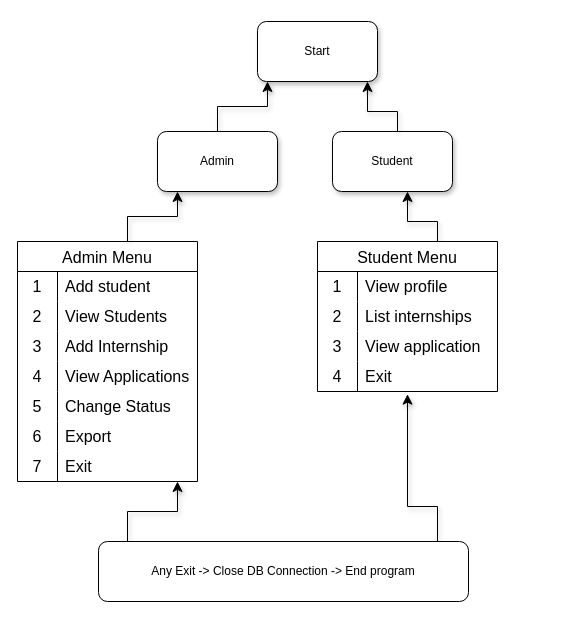
Before: structure.drawio in n-elie7/alu-higher_level_programming, a draw.io diagram. Source tidied: cells renumbered, new cells numbered last; positions are measured from the earlier drawing's top-left corner, leaving out a move shared by most shapes. Both pictures are drawn from the tidied source at 100%, with x=0, y=0 at pixel (17, 21).
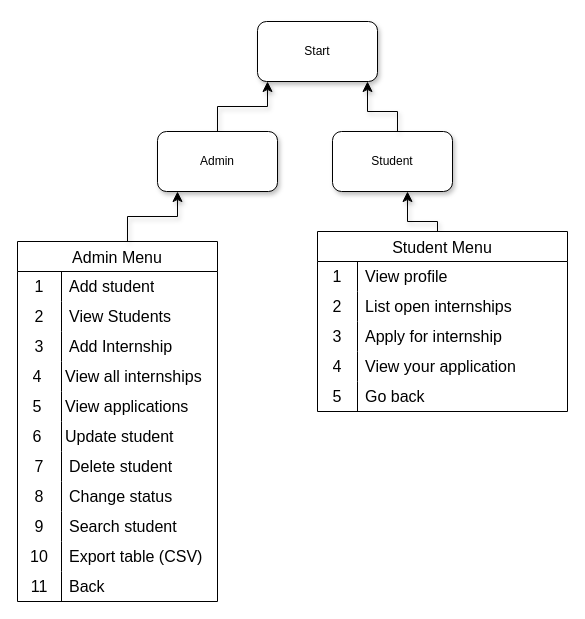
Above is the later version.

The change refers to these unchanged cells:
```xml
<mxCell id="34" style="shape=tableRow;horizontal=0;startSize=0;swimlaneHead=0;swimlaneBody=0;top=0;left=0;bottom=0;right=0;fillColor=none;strokeColor=inherit;fontSize=16;" parent="1" vertex="1">
  <mxGeometry y="370" width="180" height="30" as="geometry" />
</mxCell>
<mxCell id="37" style="shape=tableRow;horizontal=0;startSize=0;swimlaneHead=0;swimlaneBody=0;top=0;left=0;bottom=0;right=0;fillColor=none;strokeColor=inherit;fontSize=16;" parent="1" vertex="1">
  <mxGeometry y="400" width="180" height="30" as="geometry" />
</mxCell>
```

What changed in the source:
```diff
@@
     <mxCell id="7" value="Admin Menu" style="shape=table;startSize=30;childLayout=tableLayout;rowLines=0;fontStyle=0;strokeColor=default;fontSize=16;" parent="1" vertex="1">
-      <mxGeometry y="220" width="180" height="240" as="geometry" />
+      <mxGeometry y="220" width="200" height="360" as="geometry" />
     </mxCell>
     <mxCell id="8" style="shape=tableRow;horizontal=0;startSize=0;swimlaneHead=0;swimlaneBody=0;top=0;left=0;bottom=0;right=0;fillColor=none;strokeColor=inherit;fontSize=16;" parent="7" vertex="1">
-      <mxGeometry y="30" width="180" height="30" as="geometry" />
+      <mxGeometry y="30" width="200" height="30" as="geometry" />
     </mxCell>
     <mxCell id="9" value="1" style="shape=partialRectangle;html=1;whiteSpace=wrap;fillColor=none;top=0;left=0;bottom=0;right=0;overflow=hidden;strokeColor=inherit;fontSize=16;" parent="8" vertex="1">
-      <mxGeometry width="40" height="30" as="geometry" />
+      <mxGeometry width="44" height="30" as="geometry" />
     </mxCell>
     <mxCell id="10" value="Add student" style="shape=partialRectangle;html=1;whiteSpace=wrap;fillColor=none;top=0;left=0;bottom=0;right=0;align=left;spacingLeft=6;overflow=hidden;strokeColor=inherit;fontSize=16;" parent="8" vertex="1">
-      <mxGeometry x="40" width="140" height="30" as="geometry" />
+      <mxGeometry x="44" width="156" height="30" as="geometry" />
     </mxCell>
     <mxCell id="11" style="shape=tableRow;horizontal=0;startSize=0;swimlaneHead=0;swimlaneBody=0;top=0;left=0;bottom=0;right=0;fillColor=none;strokeColor=inherit;fontSize=16;" parent="7" vertex="1">
-      <mxGeometry y="60" width="180" height="30" as="geometry" />
+      <mxGeometry y="60" width="200" height="30" as="geometry" />
     </mxCell>
     <mxCell id="12" value="2" style="shape=partialRectangle;html=1;whiteSpace=wrap;fillColor=none;top=0;left=0;bottom=0;right=0;overflow=hidden;strokeColor=inherit;fontSize=16;" parent="11" vertex="1">
-      <mxGeometry width="40" height="30" as="geometry" />
+      <mxGeometry width="44" height="30" as="geometry" />
     </mxCell>
     <mxCell id="13" value="View Students" style="shape=partialRectangle;html=1;whiteSpace=wrap;fillColor=none;top=0;left=0;bottom=0;right=0;align=left;spacingLeft=6;overflow=hidden;strokeColor=inherit;fontSize=16;" parent="11" vertex="1">
-      <mxGeometry x="40" width="140" height="30" as="geometry" />
+      <mxGeometry x="44" width="156" height="30" as="geometry" />
     </mxCell>
     <mxCell id="14" style="shape=tableRow;horizontal=0;startSize=0;swimlaneHead=0;swimlaneBody=0;top=0;left=0;bottom=0;right=0;fillColor=none;strokeColor=inherit;fontSize=16;" parent="7" vertex="1">
-      <mxGeometry y="90" width="180" height="30" as="geometry" />
+      <mxGeometry y="90" width="200" height="30" as="geometry" />
     </mxCell>
     <mxCell id="15" value="3" style="shape=partialRectangle;html=1;whiteSpace=wrap;fillColor=none;top=0;left=0;bottom=0;right=0;overflow=hidden;strokeColor=inherit;fontSize=16;" parent="14" vertex="1">
-      <mxGeometry width="40" height="30" as="geometry" />
+      <mxGeometry width="44" height="30" as="geometry" />
     </mxCell>
     <mxCell id="16" value="Add Internship" style="shape=partialRectangle;html=1;whiteSpace=wrap;fillColor=none;top=0;left=0;bottom=0;right=0;align=left;spacingLeft=6;overflow=hidden;strokeColor=inherit;fontSize=16;" parent="14" vertex="1">
-      <mxGeometry x="40" width="140" height="30" as="geometry" />
+      <mxGeometry x="44" width="156" height="30" as="geometry" />
     </mxCell>
     <mxCell id="17" style="shape=tableRow;horizontal=0;startSize=0;swimlaneHead=0;swimlaneBody=0;top=0;left=0;bottom=0;right=0;fillColor=none;strokeColor=inherit;fontSize=16;" parent="7" vertex="1">
-      <mxGeometry y="120" width="180" height="30" as="geometry" />
+      <mxGeometry y="120" width="200" height="30" as="geometry" />
     </mxCell>
     <mxCell id="18" style="shape=partialRectangle;html=1;whiteSpace=wrap;fillColor=none;top=0;left=0;bottom=0;right=0;overflow=hidden;strokeColor=inherit;fontSize=16;" parent="17" vertex="1">
-      <mxGeometry width="40" height="30" as="geometry" />
+      <mxGeometry width="44" height="30" as="geometry" />
     </mxCell>
     <mxCell id="19" style="shape=partialRectangle;html=1;whiteSpace=wrap;fillColor=none;top=0;left=0;bottom=0;right=0;align=left;spacingLeft=6;overflow=hidden;strokeColor=inherit;fontSize=16;" parent="17" vertex="1">
-      <mxGeometry x="40" width="140" height="30" as="geometry" />
+      <mxGeometry x="44" width="156" height="30" as="geometry" />
     </mxCell>
     <mxCell id="20" style="shape=tableRow;horizontal=0;startSize=0;swimlaneHead=0;swimlaneBody=0;top=0;left=0;bottom=0;right=0;fillColor=none;strokeColor=inherit;fontSize=16;" parent="7" vertex="1">
-      <mxGeometry y="150" width="180" height="30" as="geometry" />
+      <mxGeometry y="150" width="200" height="30" as="geometry" />
     </mxCell>
     <mxCell id="21" style="shape=partialRectangle;html=1;whiteSpace=wrap;fillColor=none;top=0;left=0;bottom=0;right=0;overflow=hidden;strokeColor=inherit;fontSize=16;" parent="20" vertex="1">
-      <mxGeometry width="40" height="30" as="geometry" />
+      <mxGeometry width="44" height="30" as="geometry" />
     </mxCell>
     <mxCell id="22" style="shape=partialRectangle;html=1;whiteSpace=wrap;fillColor=none;top=0;left=0;bottom=0;right=0;align=left;spacingLeft=6;overflow=hidden;strokeColor=inherit;fontSize=16;" parent="20" vertex="1">
-      <mxGeometry x="40" width="140" height="30" as="geometry" />
+      <mxGeometry x="44" width="156" height="30" as="geometry" />
     </mxCell>
     <mxCell id="23" style="shape=tableRow;horizontal=0;startSize=0;swimlaneHead=0;swimlaneBody=0;top=0;left=0;bottom=0;right=0;fillColor=none;strokeColor=inherit;fontSize=16;" parent="7" vertex="1">
-      <mxGeometry y="180" width="180" height="30" as="geometry" />
+      <mxGeometry y="180" width="200" height="30" as="geometry" />
     </mxCell>
     <mxCell id="24" style="shape=partialRectangle;html=1;whiteSpace=wrap;fillColor=none;top=0;left=0;bottom=0;right=0;overflow=hidden;strokeColor=inherit;fontSize=16;" parent="23" vertex="1">
-      <mxGeometry width="40" height="30" as="geometry" />
+      <mxGeometry width="44" height="30" as="geometry" />
     </mxCell>
     <mxCell id="25" style="shape=partialRectangle;html=1;whiteSpace=wrap;fillColor=none;top=0;left=0;bottom=0;right=0;align=left;spacingLeft=6;overflow=hidden;strokeColor=inherit;fontSize=16;" parent="23" vertex="1">
-      <mxGeometry x="40" width="140" height="30" as="geometry" />
+      <mxGeometry x="44" width="156" height="30" as="geometry" />
     </mxCell>
     <mxCell id="26" style="shape=tableRow;horizontal=0;startSize=0;swimlaneHead=0;swimlaneBody=0;top=0;left=0;bottom=0;right=0;fillColor=none;strokeColor=inherit;fontSize=16;" parent="7" vertex="1">
-      <mxGeometry y="210" width="180" height="30" as="geometry" />
+      <mxGeometry y="210" width="200" height="30" as="geometry" />
     </mxCell>
-    <mxCell id="27" style="shape=partialRectangle;html=1;whiteSpace=wrap;fillColor=none;top=0;left=0;bottom=0;right=0;overflow=hidden;strokeColor=inherit;fontSize=16;" parent="26" vertex="1">
-      <mxGeometry width="40" height="30" as="geometry" />
+    <mxCell id="27" value="7" style="shape=partialRectangle;html=1;whiteSpace=wrap;fillColor=none;top=0;left=0;bottom=0;right=0;overflow=hidden;strokeColor=inherit;fontSize=16;" parent="26" vertex="1">
+      <mxGeometry width="44" height="30" as="geometry" />
     </mxCell>
-    <mxCell id="28" style="shape=partialRectangle;html=1;whiteSpace=wrap;fillColor=none;top=0;left=0;bottom=0;right=0;align=left;spacingLeft=6;overflow=hidden;strokeColor=inherit;fontSize=16;" parent="26" vertex="1">
-      <mxGeometry x="40" width="140" height="30" as="geometry" />
+    <mxCell id="28" value="Delete student" style="shape=partialRectangle;html=1;whiteSpace=wrap;fillColor=none;top=0;left=0;bottom=0;right=0;align=left;spacingLeft=6;overflow=hidden;strokeColor=inherit;fontSize=16;" parent="26" vertex="1">
+      <mxGeometry x="44" width="156" height="30" as="geometry" />
     </mxCell>
+    <mxCell id="60" style="shape=tableRow;horizontal=0;startSize=0;swimlaneHead=0;swimlaneBody=0;top=0;left=0;bottom=0;right=0;fillColor=none;strokeColor=inherit;fontSize=16;" parent="7" vertex="1">
+      <mxGeometry y="240" width="200" height="30" as="geometry" />
+    </mxCell>
+    <mxCell id="61" value="8" style="shape=partialRectangle;html=1;whiteSpace=wrap;fillColor=none;top=0;left=0;bottom=0;right=0;overflow=hidden;strokeColor=inherit;fontSize=16;" parent="60" vertex="1">
+      <mxGeometry width="44" height="30" as="geometry" />
+    </mxCell>
+    <mxCell id="62" value="Change status" style="shape=partialRectangle;html=1;whiteSpace=wrap;fillColor=none;top=0;left=0;bottom=0;right=0;align=left;spacingLeft=6;overflow=hidden;strokeColor=inherit;fontSize=16;" parent="60" vertex="1">
+      <mxGeometry x="44" width="156" height="30" as="geometry" />
+    </mxCell>
+    <mxCell id="63" style="shape=tableRow;horizontal=0;startSize=0;swimlaneHead=0;swimlaneBody=0;top=0;left=0;bottom=0;right=0;fillColor=none;strokeColor=inherit;fontSize=16;" parent="7" vertex="1">
+      <mxGeometry y="270" width="200" height="30" as="geometry" />
+    </mxCell>
+    <mxCell id="64" value="9" style="shape=partialRectangle;html=1;whiteSpace=wrap;fillColor=none;top=0;left=0;bottom=0;right=0;overflow=hidden;strokeColor=inherit;fontSize=16;" parent="63" vertex="1">
+      <mxGeometry width="44" height="30" as="geometry" />
+    </mxCell>
+    <mxCell id="65" value="Search student" style="shape=partialRectangle;html=1;whiteSpace=wrap;fillColor=none;top=0;left=0;bottom=0;right=0;align=left;spacingLeft=6;overflow=hidden;strokeColor=inherit;fontSize=16;" parent="63" vertex="1">
+      <mxGeometry x="44" width="156" height="30" as="geometry" />
+    </mxCell>
+    <mxCell id="66" style="shape=tableRow;horizontal=0;startSize=0;swimlaneHead=0;swimlaneBody=0;top=0;left=0;bottom=0;right=0;fillColor=none;strokeColor=inherit;fontSize=16;" parent="7" vertex="1">
+      <mxGeometry y="300" width="200" height="30" as="geometry" />
+    </mxCell>
+    <mxCell id="67" value="10" style="shape=partialRectangle;html=1;whiteSpace=wrap;fillColor=none;top=0;left=0;bottom=0;right=0;overflow=hidden;strokeColor=inherit;fontSize=16;" parent="66" vertex="1">
+      <mxGeometry width="44" height="30" as="geometry" />
+    </mxCell>
+    <mxCell id="68" value="Export table (CSV)" style="shape=partialRectangle;html=1;whiteSpace=wrap;fillColor=none;top=0;left=0;bottom=0;right=0;align=left;spacingLeft=6;overflow=hidden;strokeColor=inherit;fontSize=16;" parent="66" vertex="1">
+      <mxGeometry x="44" width="156" height="30" as="geometry" />
+    </mxCell>
+    <mxCell id="69" style="shape=tableRow;horizontal=0;startSize=0;swimlaneHead=0;swimlaneBody=0;top=0;left=0;bottom=0;right=0;fillColor=none;strokeColor=inherit;fontSize=16;" parent="7" vertex="1">
+      <mxGeometry y="330" width="200" height="30" as="geometry" />
+    </mxCell>
+    <mxCell id="70" value="11" style="shape=partialRectangle;html=1;whiteSpace=wrap;fillColor=none;top=0;left=0;bottom=0;right=0;overflow=hidden;strokeColor=inherit;fontSize=16;" parent="69" vertex="1">
+      <mxGeometry width="44" height="30" as="geometry" />
+    </mxCell>
+    <mxCell id="71" value="Back" style="shape=partialRectangle;html=1;whiteSpace=wrap;fillColor=none;top=0;left=0;bottom=0;right=0;align=left;spacingLeft=6;overflow=hidden;strokeColor=inherit;fontSize=16;" parent="69" vertex="1">
+      <mxGeometry x="44" width="156" height="30" as="geometry" />
+    </mxCell>
@@
     <mxCell id="31" style="shape=tableRow;horizontal=0;startSize=0;swimlaneHead=0;swimlaneBody=0;top=0;left=0;bottom=0;right=0;fillColor=none;strokeColor=inherit;fontSize=16;" parent="1" vertex="1">
-      <mxGeometry y="340" width="180" height="30" as="geometry" />
+      <mxGeometry y="340" width="200" height="30" as="geometry" />
     </mxCell>
@@
-    <mxCell id="33" value="View Applications" style="shape=partialRectangle;html=1;whiteSpace=wrap;fillColor=none;top=0;left=0;bottom=0;right=0;align=left;spacingLeft=6;overflow=hidden;strokeColor=inherit;fontSize=16;" parent="31" vertex="1">
-      <mxGeometry x="40" width="140" height="30" as="geometry" />
+    <mxCell id="33" value="View all internships" style="shape=partialRectangle;html=1;whiteSpace=wrap;fillColor=none;top=0;left=0;bottom=0;right=0;align=left;spacingLeft=6;overflow=hidden;strokeColor=inherit;fontSize=16;" parent="31" vertex="1">
+      <mxGeometry x="40" width="160" height="30" as="geometry" />
     </mxCell>
@@
-    <mxCell id="36" value="Change Status" style="shape=partialRectangle;html=1;whiteSpace=wrap;fillColor=none;top=0;left=0;bottom=0;right=0;align=left;spacingLeft=6;overflow=hidden;strokeColor=inherit;fontSize=16;" parent="34" vertex="1">
+    <mxCell id="36" value="View applications" style="shape=partialRectangle;html=1;whiteSpace=wrap;fillColor=none;top=0;left=0;bottom=0;right=0;align=left;spacingLeft=6;overflow=hidden;strokeColor=inherit;fontSize=16;" parent="34" vertex="1">
       <mxGeometry x="40" width="140" height="30" as="geometry" />
     </mxCell>
@@
-    <mxCell id="39" value="Export" style="shape=partialRectangle;html=1;whiteSpace=wrap;fillColor=none;top=0;left=0;bottom=0;right=0;align=left;spacingLeft=6;overflow=hidden;strokeColor=inherit;fontSize=16;" parent="37" vertex="1">
+    <mxCell id="39" value="Update student" style="shape=partialRectangle;html=1;whiteSpace=wrap;fillColor=none;top=0;left=0;bottom=0;right=0;align=left;spacingLeft=6;overflow=hidden;strokeColor=inherit;fontSize=16;" parent="37" vertex="1">
       <mxGeometry x="40" width="140" height="30" as="geometry" />
     </mxCell>
-    <mxCell id="40" style="shape=tableRow;horizontal=0;startSize=0;swimlaneHead=0;swimlaneBody=0;top=0;left=0;bottom=0;right=0;fillColor=none;strokeColor=inherit;fontSize=16;" parent="1" vertex="1">
-      <mxGeometry y="430" width="180" height="30" as="geometry" />
-    </mxCell>
-    <mxCell id="41" value="7" style="shape=partialRectangle;html=1;whiteSpace=wrap;fillColor=none;top=0;left=0;bottom=0;right=0;overflow=hidden;strokeColor=inherit;fontSize=16;" parent="40" vertex="1">
-      <mxGeometry width="40" height="30" as="geometry" />
-    </mxCell>
-    <mxCell id="42" value="Exit" style="shape=partialRectangle;html=1;whiteSpace=wrap;fillColor=none;top=0;left=0;bottom=0;right=0;align=left;spacingLeft=6;overflow=hidden;strokeColor=inherit;fontSize=16;" parent="40" vertex="1">
-      <mxGeometry x="40" width="140" height="30" as="geometry" />
-    </mxCell>
@@
     <mxCell id="44" value="Student Menu" style="shape=table;startSize=30;childLayout=tableLayout;rowLines=0;fontStyle=0;strokeColor=default;fontSize=16;" parent="1" vertex="1">
-      <mxGeometry x="300" y="220" width="180" height="150" as="geometry" />
+      <mxGeometry x="300" y="210" width="250" height="180" as="geometry" />
     </mxCell>
     <mxCell id="45" style="shape=tableRow;horizontal=0;startSize=0;swimlaneHead=0;swimlaneBody=0;top=0;left=0;bottom=0;right=0;fillColor=none;strokeColor=inherit;fontSize=16;" parent="44" vertex="1">
-      <mxGeometry y="30" width="180" height="30" as="geometry" />
+      <mxGeometry y="30" width="250" height="30" as="geometry" />
     </mxCell>
@@
     <mxCell id="47" value="View profile" style="shape=partialRectangle;html=1;whiteSpace=wrap;fillColor=none;top=0;left=0;bottom=0;right=0;align=left;spacingLeft=6;overflow=hidden;strokeColor=inherit;fontSize=16;" parent="45" vertex="1">
-      <mxGeometry x="40" width="140" height="30" as="geometry" />
+      <mxGeometry x="40" width="210" height="30" as="geometry" />
     </mxCell>
     <mxCell id="48" style="shape=tableRow;horizontal=0;startSize=0;swimlaneHead=0;swimlaneBody=0;top=0;left=0;bottom=0;right=0;fillColor=none;strokeColor=inherit;fontSize=16;" parent="44" vertex="1">
-      <mxGeometry y="60" width="180" height="30" as="geometry" />
+      <mxGeometry y="60" width="250" height="30" as="geometry" />
     </mxCell>
@@
-    <mxCell id="50" value="List internships" style="shape=partialRectangle;html=1;whiteSpace=wrap;fillColor=none;top=0;left=0;bottom=0;right=0;align=left;spacingLeft=6;overflow=hidden;strokeColor=inherit;fontSize=16;" parent="48" vertex="1">
-      <mxGeometry x="40" width="140" height="30" as="geometry" />
+    <mxCell id="50" value="List open internships" style="shape=partialRectangle;html=1;whiteSpace=wrap;fillColor=none;top=0;left=0;bottom=0;right=0;align=left;spacingLeft=6;overflow=hidden;strokeColor=inherit;fontSize=16;" parent="48" vertex="1">
+      <mxGeometry x="40" width="210" height="30" as="geometry" />
     </mxCell>
     <mxCell id="51" style="shape=tableRow;horizontal=0;startSize=0;swimlaneHead=0;swimlaneBody=0;top=0;left=0;bottom=0;right=0;fillColor=none;strokeColor=inherit;fontSize=16;" parent="44" vertex="1">
-      <mxGeometry y="90" width="180" height="30" as="geometry" />
+      <mxGeometry y="90" width="250" height="30" as="geometry" />
     </mxCell>
@@
-    <mxCell id="53" value="View application" style="shape=partialRectangle;html=1;whiteSpace=wrap;fillColor=none;top=0;left=0;bottom=0;right=0;align=left;spacingLeft=6;overflow=hidden;strokeColor=inherit;fontSize=16;" parent="51" vertex="1">
-      <mxGeometry x="40" width="140" height="30" as="geometry" />
+    <mxCell id="53" value="Apply for internship" style="shape=partialRectangle;html=1;whiteSpace=wrap;fillColor=none;top=0;left=0;bottom=0;right=0;align=left;spacingLeft=6;overflow=hidden;strokeColor=inherit;fontSize=16;" parent="51" vertex="1">
+      <mxGeometry x="40" width="210" height="30" as="geometry" />
     </mxCell>
     <mxCell id="54" style="shape=tableRow;horizontal=0;startSize=0;swimlaneHead=0;swimlaneBody=0;top=0;left=0;bottom=0;right=0;fillColor=none;points=[[0,0.5],[1,0.5]];portConstraint=eastwest;strokeColor=inherit;fontSize=16;" parent="44" vertex="1">
-      <mxGeometry y="120" width="180" height="30" as="geometry" />
+      <mxGeometry y="120" width="250" height="30" as="geometry" />
     </mxCell>
@@
-    <mxCell id="56" value="Exit" style="shape=partialRectangle;html=1;whiteSpace=wrap;fillColor=none;top=0;left=0;bottom=0;right=0;align=left;spacingLeft=6;overflow=hidden;strokeColor=inherit;fontSize=16;" parent="54" vertex="1">
-      <mxGeometry x="40" width="140" height="30" as="geometry" />
+    <mxCell id="56" value="View your application" style="shape=partialRectangle;html=1;whiteSpace=wrap;fillColor=none;top=0;left=0;bottom=0;right=0;align=left;spacingLeft=6;overflow=hidden;strokeColor=inherit;fontSize=16;" parent="54" vertex="1">
+      <mxGeometry x="40" width="210" height="30" as="geometry" />
     </mxCell>
-    <mxCell id="57" style="edgeStyle=elbowEdgeStyle;elbow=vertical;endArrow=classic;html=1;curved=0;rounded=0;endSize=8;startSize=8;shadow=1;" parent="1" edge="1">
-      <mxGeometry relative="1" as="geometry">
-        <mxPoint x="110" y="520" as="sourcePoint" />
-        <mxPoint x="160" y="460" as="targetPoint" />
-      </mxGeometry>
-    </mxCell>
-    <mxCell id="58" style="edgeStyle=elbowEdgeStyle;elbow=vertical;endArrow=classic;html=1;curved=0;rounded=0;endSize=8;startSize=8;shadow=1;entryX=0.5;entryY=1.089;entryDx=0;entryDy=0;entryPerimeter=0;" parent="1" edge="1" target="54">
-      <mxGeometry relative="1" as="geometry">
-        <mxPoint x="420" y="520" as="sourcePoint" />
-        <Array as="points">
-          <mxPoint x="460" y="485" />
-        </Array>
-      </mxGeometry>
-    </mxCell>
-    <mxCell id="59" value="Any Exit -&amp;gt; Close DB Connection -&amp;gt; End program" style="rounded=1;whiteSpace=wrap;html=1;" parent="1" vertex="1">
-      <mxGeometry x="81" y="520" width="370" height="60" as="geometry" />
-    </mxCell>
+    <mxCell id="72" style="shape=tableRow;horizontal=0;startSize=0;swimlaneHead=0;swimlaneBody=0;top=0;left=0;bottom=0;right=0;fillColor=none;strokeColor=inherit;fontSize=16;" parent="44" vertex="1">
+      <mxGeometry y="150" width="250" height="30" as="geometry" />
+    </mxCell>
+    <mxCell id="73" value="5" style="shape=partialRectangle;html=1;whiteSpace=wrap;fillColor=none;top=0;left=0;bottom=0;right=0;overflow=hidden;strokeColor=inherit;fontSize=16;" parent="72" vertex="1">
+      <mxGeometry width="40" height="30" as="geometry" />
+    </mxCell>
+    <mxCell id="74" value="Go back" style="shape=partialRectangle;html=1;whiteSpace=wrap;fillColor=none;top=0;left=0;bottom=0;right=0;align=left;spacingLeft=6;overflow=hidden;strokeColor=inherit;fontSize=16;" parent="72" vertex="1">
+      <mxGeometry x="40" width="210" height="30" as="geometry" />
+    </mxCell>
```
